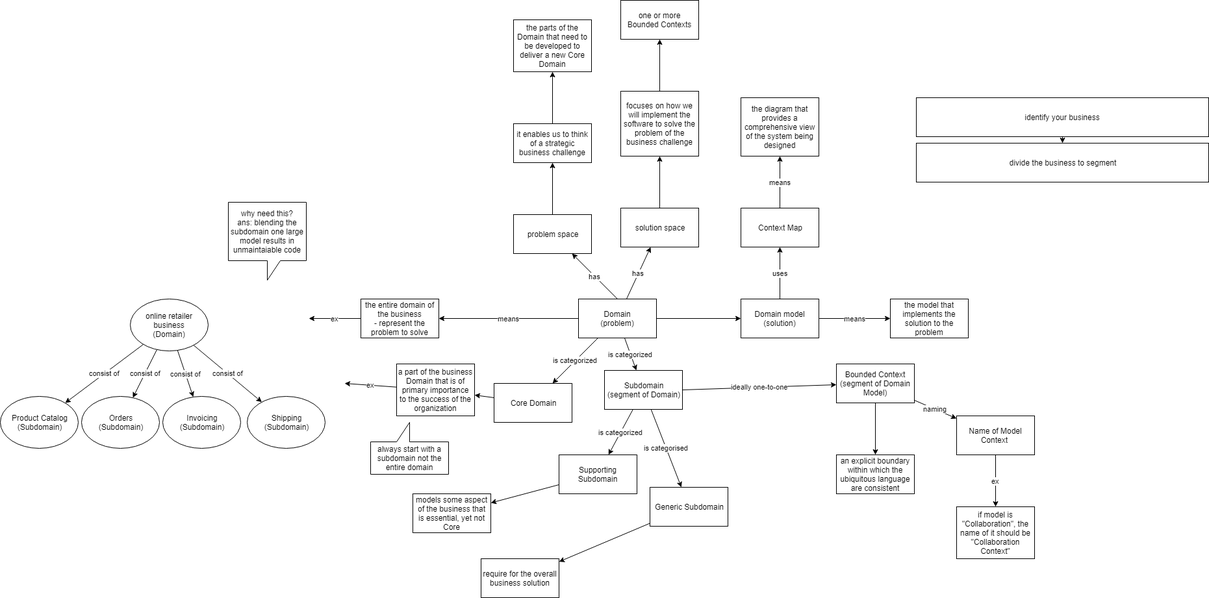
Earlier version of the draw.io export DDD_terms.PNG (stsiwo/ddd_concept). Source tidied: cells renumbered, new cells last; positions are measured from the earlier drawing's top-left corner, leaving out a move shared by most shapes.
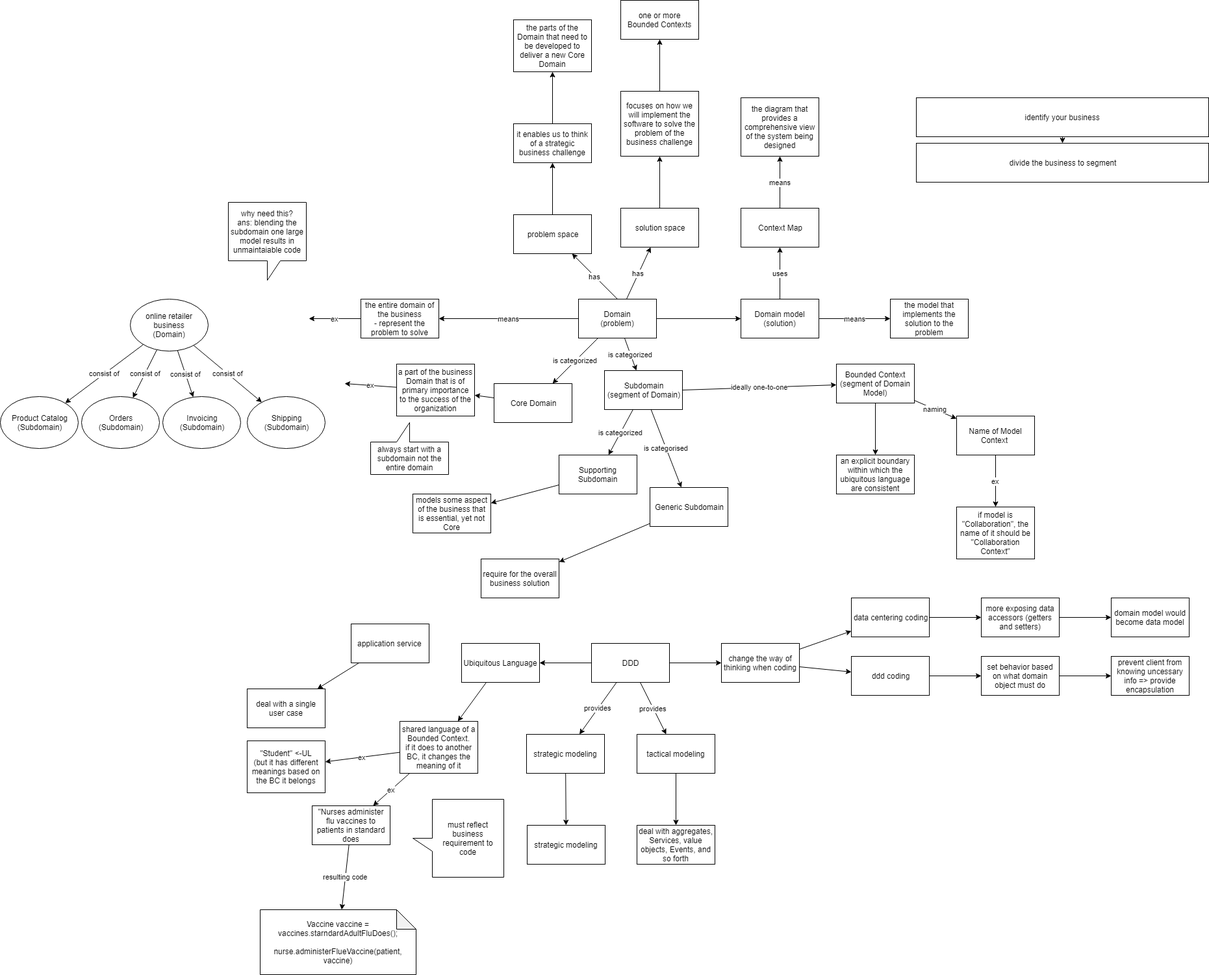
The same file after the commit.

The edit, as a diff of the source:
```diff
@@ -189,5 +189,116 @@
     <mxCell id="62" value="Subdomain&lt;br&gt;(segment of Domain)&lt;br&gt;" style="rounded=0;whiteSpace=wrap;html=1;" parent="1" vertex="1">
       <mxGeometry x="930" y="570" width="120" height="60" as="geometry" />
     </mxCell>
+    <mxCell id="63" value="provides" style="edgeStyle=none;rounded=0;jettySize=auto;html=1;" parent="1" edge="1" source="66" target="89">
+      <mxGeometry relative="1" as="geometry" />
+    </mxCell>
+    <mxCell id="64" style="edgeStyle=none;rounded=0;jettySize=auto;html=1;" parent="1" edge="1" source="66" target="81">
+      <mxGeometry relative="1" as="geometry" />
+    </mxCell>
+    <mxCell id="65" style="edgeStyle=none;rounded=0;jettySize=auto;html=1;" parent="1" edge="1" source="66" target="69">
+      <mxGeometry relative="1" as="geometry" />
+    </mxCell>
+    <mxCell id="66" value="DDD" style="rounded=0;whiteSpace=wrap;html=1;" parent="1" vertex="1">
+      <mxGeometry x="910" y="990" width="120" height="60" as="geometry" />
+    </mxCell>
+    <mxCell id="67" style="edgeStyle=none;rounded=0;jettySize=auto;html=1;" parent="1" edge="1" source="69" target="76">
+      <mxGeometry relative="1" as="geometry" />
+    </mxCell>
+    <mxCell id="68" style="edgeStyle=none;rounded=0;jettySize=auto;html=1;" parent="1" edge="1" source="69" target="71">
+      <mxGeometry relative="1" as="geometry" />
+    </mxCell>
+    <mxCell id="69" value="change the way of thinking when coding" style="rounded=0;whiteSpace=wrap;html=1;" parent="1" vertex="1">
+      <mxGeometry x="1110" y="990" width="120" height="60" as="geometry" />
+    </mxCell>
+    <mxCell id="70" style="edgeStyle=none;rounded=0;jettySize=auto;html=1;" parent="1" edge="1" source="71" target="73">
+      <mxGeometry relative="1" as="geometry" />
+    </mxCell>
+    <mxCell id="71" value="ddd coding" style="rounded=0;whiteSpace=wrap;html=1;" parent="1" vertex="1">
+      <mxGeometry x="1310" y="1010" width="120" height="60" as="geometry" />
+    </mxCell>
+    <mxCell id="72" style="edgeStyle=none;rounded=0;jettySize=auto;html=1;" parent="1" edge="1" source="73" target="74">
+      <mxGeometry relative="1" as="geometry" />
+    </mxCell>
+    <mxCell id="73" value="set behavior based on what domain object must do" style="rounded=0;whiteSpace=wrap;html=1;" parent="1" vertex="1">
+      <mxGeometry x="1510" y="1010" width="120" height="60" as="geometry" />
+    </mxCell>
+    <mxCell id="74" value="prevent client from knowing uncessary info =&amp;gt; provide encapsulation" style="rounded=0;whiteSpace=wrap;html=1;" parent="1" vertex="1">
+      <mxGeometry x="1710" y="1010" width="120" height="60" as="geometry" />
+    </mxCell>
+    <mxCell id="75" style="edgeStyle=none;rounded=0;jettySize=auto;html=1;" parent="1" edge="1" source="76" target="78">
+      <mxGeometry relative="1" as="geometry" />
+    </mxCell>
+    <mxCell id="76" value="data centering coding" style="rounded=0;whiteSpace=wrap;html=1;" parent="1" vertex="1">
+      <mxGeometry x="1310" y="920" width="120" height="60" as="geometry" />
+    </mxCell>
+    <mxCell id="77" style="edgeStyle=none;rounded=0;jettySize=auto;html=1;" parent="1" edge="1" source="78" target="79">
+      <mxGeometry relative="1" as="geometry" />
+    </mxCell>
+    <mxCell id="78" value="more exposing data accessors (getters and setters)" style="rounded=0;whiteSpace=wrap;html=1;" parent="1" vertex="1">
+      <mxGeometry x="1510" y="920" width="120" height="60" as="geometry" />
+    </mxCell>
+    <mxCell id="79" value="domain model would become data model" style="rounded=0;whiteSpace=wrap;html=1;" parent="1" vertex="1">
+      <mxGeometry x="1710" y="920" width="120" height="60" as="geometry" />
+    </mxCell>
+    <mxCell id="80" style="edgeStyle=none;rounded=0;jettySize=auto;html=1;" parent="1" edge="1" source="81" target="84">
+      <mxGeometry relative="1" as="geometry" />
+    </mxCell>
+    <mxCell id="81" value="Ubiquitous Language" style="rounded=0;whiteSpace=wrap;html=1;" parent="1" vertex="1">
+      <mxGeometry x="710" y="990" width="120" height="60" as="geometry" />
+    </mxCell>
+    <mxCell id="82" value="ex" style="edgeStyle=none;rounded=0;jettySize=auto;html=1;" parent="1" edge="1" source="84" target="87">
+      <mxGeometry relative="1" as="geometry" />
+    </mxCell>
+    <mxCell id="83" value="ex" style="edgeStyle=none;rounded=0;jettySize=auto;html=1;" parent="1" edge="1" source="84" target="85">
+      <mxGeometry relative="1" as="geometry" />
+    </mxCell>
+    <mxCell id="84" value="shared language of a Bounded Context.&lt;br&gt;if it does to another BC, it changes the meaning of it&lt;br&gt;" style="rounded=0;whiteSpace=wrap;html=1;" parent="1" vertex="1">
+      <mxGeometry x="615" y="1110" width="120" height="80" as="geometry" />
+    </mxCell>
+    <mxCell id="85" value="&quot;Student&quot; &amp;lt;-UL&lt;br&gt;(but it has different meanings based on the BC it belongs&lt;br&gt;" style="rounded=0;whiteSpace=wrap;html=1;" parent="1" vertex="1">
+      <mxGeometry x="380" y="1140" width="120" height="80" as="geometry" />
+    </mxCell>
+    <mxCell id="86" value="resulting code" style="edgeStyle=none;rounded=0;jettySize=auto;html=1;" parent="1" edge="1" source="87" target="95">
+      <mxGeometry relative="1" as="geometry" />
+    </mxCell>
+    <mxCell id="87" value="&quot;Nurses administer flu vaccines to patients in standard does" style="rounded=0;whiteSpace=wrap;html=1;" parent="1" vertex="1">
+      <mxGeometry x="480" y="1240" width="120" height="60" as="geometry" />
+    </mxCell>
+    <mxCell id="88" style="edgeStyle=none;rounded=0;jettySize=auto;html=1;" parent="1" edge="1" source="89" target="90">
+      <mxGeometry relative="1" as="geometry" />
+    </mxCell>
+    <mxCell id="89" value="strategic modeling" style="rounded=0;whiteSpace=wrap;html=1;" parent="1" vertex="1">
+      <mxGeometry x="810" y="1130" width="120" height="60" as="geometry" />
+    </mxCell>
+    <mxCell id="90" value="strategic modeling" style="rounded=0;whiteSpace=wrap;html=1;" parent="1" vertex="1">
+      <mxGeometry x="811" y="1270" width="120" height="60" as="geometry" />
+    </mxCell>
+    <mxCell id="91" value="provides" style="edgeStyle=none;rounded=0;jettySize=auto;html=1;" parent="1" edge="1" source="66" target="93">
+      <mxGeometry relative="1" as="geometry" />
+    </mxCell>
+    <mxCell id="92" style="edgeStyle=none;rounded=0;jettySize=auto;html=1;" parent="1" edge="1" source="93" target="94">
+      <mxGeometry relative="1" as="geometry" />
+    </mxCell>
+    <mxCell id="93" value="tactical modeling" style="rounded=0;whiteSpace=wrap;html=1;" parent="1" vertex="1">
+      <mxGeometry x="980" y="1130" width="120" height="60" as="geometry" />
+    </mxCell>
+    <mxCell id="94" value="deal with aggregates, Services, value objects, Events, and so forth" style="rounded=0;whiteSpace=wrap;html=1;" parent="1" vertex="1">
+      <mxGeometry x="980" y="1270" width="120" height="60" as="geometry" />
+    </mxCell>
+    <mxCell id="95" value="Vaccine vaccine = vaccines.starndardAdultFluDoes();&lt;br&gt;&lt;br&gt;nurse.administerFlueVaccine(patient, vaccine)&lt;br&gt;" style="shape=note;whiteSpace=wrap;html=1;backgroundOutline=1;darkOpacity=0.05;" parent="1" vertex="1">
+      <mxGeometry x="400" y="1400" width="240" height="100" as="geometry" />
+    </mxCell>
+    <mxCell id="96" style="edgeStyle=none;rounded=0;jettySize=auto;html=1;" parent="1" edge="1" source="97" target="98">
+      <mxGeometry relative="1" as="geometry" />
+    </mxCell>
+    <mxCell id="97" value="application service&amp;nbsp;" style="rounded=0;whiteSpace=wrap;html=1;" parent="1" vertex="1">
+      <mxGeometry x="540" y="960" width="120" height="60" as="geometry" />
+    </mxCell>
+    <mxCell id="98" value="deal with a single user case" style="rounded=0;whiteSpace=wrap;html=1;" parent="1" vertex="1">
+      <mxGeometry x="380" y="1060" width="120" height="60" as="geometry" />
+    </mxCell>
+    <mxCell id="99" value="must reflect business requirement to code" style="shape=callout;whiteSpace=wrap;html=1;perimeter=calloutPerimeter;direction=south;" parent="1" vertex="1">
+      <mxGeometry x="635" y="1230" width="140" height="120" as="geometry" />
+    </mxCell>
   </root>
 </mxGraphModel>
```
